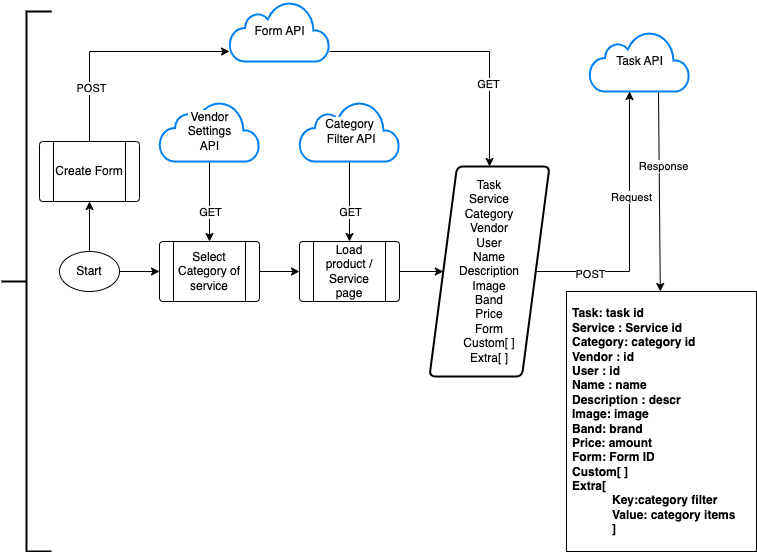
Earlier version of the draw.io export task&form&category.drawio.png (EpicAp-AppinApp/.github). Source tidied: cells renumbered, new cells last; positions are measured from the earlier drawing's top-left corner, leaving out a move shared by most shapes.
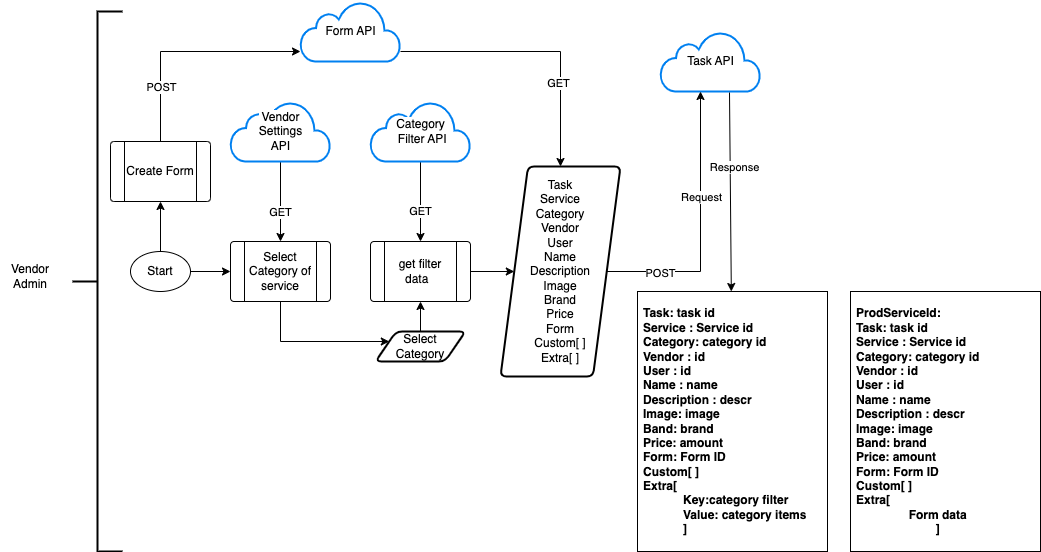
The same file after the commit.

What changed in the source:
```diff
@@ -40,16 +40,20 @@
     <mxCell id="11" value="Start" style="ellipse;whiteSpace=wrap;html=1;" parent="1" vertex="1">
       <mxGeometry x="58" y="250" width="60" height="40" as="geometry" />
     </mxCell>
-    <mxCell id="12" style="edgeStyle=orthogonalEdgeStyle;rounded=0;jettySize=auto;html=1;" parent="1" edge="1" source="13" target="15">
-      <mxGeometry relative="1" as="geometry" />
-    </mxCell>
+    <mxCell id="30" style="edgeStyle=orthogonalEdgeStyle;rounded=0;jettySize=auto;html=1;" parent="1" edge="1" source="13" target="33">
+      <mxGeometry relative="1" as="geometry">
+        <Array as="points">
+          <mxPoint x="208" y="340" />
+        </Array>
+      </mxGeometry>
+    </mxCell>
     <mxCell id="13" value="Select Category of service" style="verticalLabelPosition=middle;verticalAlign=middle;html=1;shape=process;whiteSpace=wrap;rounded=1;size=0.14;arcSize=6;labelPosition=center;align=center;" parent="1" vertex="1">
       <mxGeometry x="158" y="240" width="100" height="60" as="geometry" />
     </mxCell>
     <mxCell id="14" style="edgeStyle=orthogonalEdgeStyle;rounded=0;jettySize=auto;html=1;" parent="1" edge="1" source="15" target="19">
       <mxGeometry relative="1" as="geometry" />
     </mxCell>
-    <mxCell id="15" value="Load product / Service page" style="verticalLabelPosition=middle;verticalAlign=middle;html=1;shape=process;whiteSpace=wrap;rounded=1;size=0.14;arcSize=6;labelPosition=center;align=center;" parent="1" vertex="1">
+    <mxCell id="15" value="get filter data&amp;nbsp;&amp;nbsp;" style="verticalLabelPosition=middle;verticalAlign=middle;html=1;shape=process;whiteSpace=wrap;rounded=1;size=0.14;arcSize=6;labelPosition=center;align=center;" parent="1" vertex="1">
       <mxGeometry x="298" y="240" width="100" height="60" as="geometry" />
     </mxCell>
     <mxCell id="16" style="edgeStyle=orthogonalEdgeStyle;rounded=0;jettySize=auto;html=1;" parent="1" edge="1" source="19" target="2">
@@ -65,7 +69,7 @@
     <mxCell id="18" value="Request" style="edgeLabel;html=1;align=center;verticalAlign=middle;" parent="16" vertex="1">
       <mxGeometry x="0.22" y="-1" relative="1" as="geometry" />
     </mxCell>
-    <mxCell id="19" value="Task&lt;br&gt;Service&lt;br&gt;Category&lt;br&gt;Vendor&lt;br&gt;User&lt;br&gt;Name&lt;br&gt;Description&lt;br&gt;Image&lt;br&gt;Band&lt;br&gt;Price&lt;br&gt;Form&lt;br&gt;Custom[ ]&lt;br&gt;Extra[ ]" style="shape=parallelogram;html=1;strokeWidth=2;perimeter=parallelogramPerimeter;whiteSpace=wrap;rounded=1;arcSize=12;size=0.23;" parent="1" vertex="1">
+    <mxCell id="19" value="Task&lt;br&gt;Service&lt;br&gt;Category&lt;br&gt;Vendor&lt;br&gt;User&lt;br&gt;Name&lt;br&gt;Description&lt;br&gt;Image&lt;br&gt;Brand&lt;br&gt;Price&lt;br&gt;Form&lt;br&gt;Custom[ ]&lt;br&gt;Extra[ ]" style="shape=parallelogram;html=1;strokeWidth=2;perimeter=parallelogramPerimeter;whiteSpace=wrap;rounded=1;arcSize=12;size=0.23;" parent="1" vertex="1">
       <mxGeometry x="428" y="165" width="120" height="210" as="geometry" />
     </mxCell>
     <mxCell id="20" style="edgeStyle=orthogonalEdgeStyle;rounded=0;jettySize=auto;html=1;" parent="1" edge="1" source="22" target="5">
@@ -111,5 +115,17 @@
     <mxCell id="29" style="strokeWidth=2;html=1;shape=mxgraph.flowchart.annotation_2;align=left;labelPosition=right;" parent="1" vertex="1">
       <mxGeometry y="10" width="50" height="540" as="geometry" />
     </mxCell>
+    <mxCell id="31" value="Vendor Admin" style="text;html=1;strokeColor=none;fillColor=none;align=center;verticalAlign=middle;whiteSpace=wrap;rounded=0;" parent="1" vertex="1">
+      <mxGeometry x="-72" y="260" width="60" height="30" as="geometry" />
+    </mxCell>
+    <mxCell id="32" style="edgeStyle=orthogonalEdgeStyle;rounded=0;jettySize=auto;html=1;" parent="1" edge="1" source="33" target="15">
+      <mxGeometry relative="1" as="geometry" />
+    </mxCell>
+    <mxCell id="33" value="Select &lt;br&gt;Category" style="shape=parallelogram;html=1;strokeWidth=2;perimeter=parallelogramPerimeter;whiteSpace=wrap;rounded=1;arcSize=12;size=0.23;" parent="1" vertex="1">
+      <mxGeometry x="303" y="330" width="90" height="30" as="geometry" />
+    </mxCell>
+    <mxCell id="34" value="ProdServiceId:&amp;nbsp;&lt;br&gt;Task: task id&lt;br&gt;Service : Service id&lt;br&gt;Category: category id&lt;br&gt;Vendor : id&lt;br style=&quot;border-color: var(--border-color); text-align: center;&quot;&gt;&lt;span style=&quot;text-align: center;&quot;&gt;User : id&lt;/span&gt;&lt;br style=&quot;border-color: var(--border-color); text-align: center;&quot;&gt;&lt;span style=&quot;text-align: center;&quot;&gt;Name : name&lt;/span&gt;&lt;br style=&quot;border-color: var(--border-color); text-align: center;&quot;&gt;&lt;span style=&quot;text-align: center;&quot;&gt;Description : descr&lt;/span&gt;&lt;br style=&quot;border-color: var(--border-color); text-align: center;&quot;&gt;&lt;span style=&quot;text-align: center;&quot;&gt;Image: image&lt;/span&gt;&lt;br style=&quot;border-color: var(--border-color); text-align: center;&quot;&gt;&lt;span style=&quot;text-align: center;&quot;&gt;Band: brand&lt;/span&gt;&lt;br style=&quot;border-color: var(--border-color); text-align: center;&quot;&gt;&lt;span style=&quot;text-align: center;&quot;&gt;Price: amount&lt;/span&gt;&lt;br style=&quot;border-color: var(--border-color); text-align: center;&quot;&gt;&lt;span style=&quot;text-align: center;&quot;&gt;Form: Form ID&lt;/span&gt;&lt;br style=&quot;border-color: var(--border-color); text-align: center;&quot;&gt;&lt;span style=&quot;text-align: center;&quot;&gt;Custom[ ]&lt;/span&gt;&lt;br style=&quot;border-color: var(--border-color); text-align: center;&quot;&gt;&lt;span style=&quot;text-align: center;&quot;&gt;Extra[ &lt;br&gt;&lt;/span&gt;&lt;blockquote style=&quot;text-align: center; margin: 0px 0px 0px 40px; border: none; padding: 0px;&quot;&gt;Form data&lt;br&gt;&lt;span style=&quot;background-color: initial;&quot;&gt;]&lt;/span&gt;&lt;/blockquote&gt;" style="text;align=left;verticalAlign=middle;spacingLeft=4;spacingRight=4;overflow=hidden;whiteSpace=wrap;html=1;fontStyle=1;fillColor=default;gradientColor=none;strokeColor=default;" parent="1" vertex="1">
+      <mxGeometry x="778" y="290" width="190" height="260" as="geometry" />
+    </mxCell>
   </root>
 </mxGraphModel>
```
